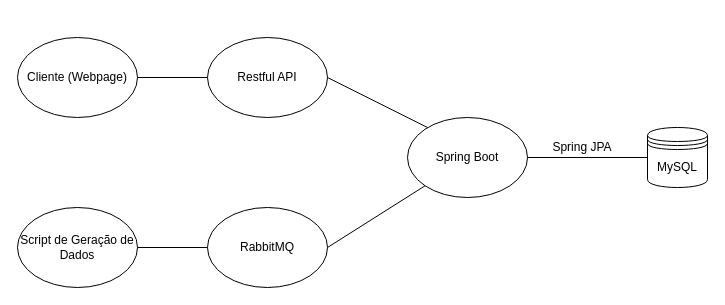
This is report/projectSpecificationReport/arquitetura.drawio from rafaelbaptista13/projeto_ies, a draw.io file, before an edit. Source tidied: cells renumbered, new cells numbered last; positions are measured from the earlier drawing's top-left corner, leaving out a move shared by most shapes. Both pictures are drawn from the tidied source at 100%, with x=0, y=0 at pixel (17, 37).
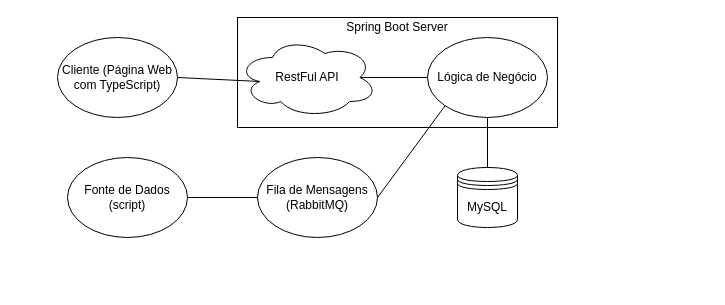
The same diagram, later.

Commit message (it also covers changes not shown here):
diagrama casos de uso, melhoria de alguns diagramas e do texto

Change to the diagram source:
```diff
@@
 <mxGraphModel>
   <root>
     <mxCell id="0" />
     <mxCell id="1" parent="0" />
+    <mxCell id="14" style="rounded=0;whiteSpace=wrap;html=1;" parent="1" vertex="1">
+      <mxGeometry x="220" y="-20" width="320" height="110" as="geometry" />
+    </mxCell>
     <mxCell id="2" value="MySQL" style="shape=datastore;whiteSpace=wrap;html=1;" parent="1" vertex="1">
-      <mxGeometry x="630" y="90" width="60" height="60" as="geometry" />
+      <mxGeometry x="440" y="130" width="60" height="60" as="geometry" />
     </mxCell>
-    <mxCell id="3" value="Spring Boot" style="ellipse;whiteSpace=wrap;html=1;" parent="1" vertex="1">
-      <mxGeometry x="390" y="80" width="120" height="80" as="geometry" />
+    <mxCell id="3" value="Lógica de Negócio" style="ellipse;whiteSpace=wrap;html=1;" parent="1" vertex="1">
+      <mxGeometry x="410" width="120" height="80" as="geometry" />
     </mxCell>
-    <mxCell id="4" value="Restful API" style="ellipse;whiteSpace=wrap;html=1;" parent="1" vertex="1">
-      <mxGeometry x="190" width="120" height="80" as="geometry" />
-    </mxCell>
-    <mxCell id="5" value="Cliente (Webpage)" style="ellipse;whiteSpace=wrap;html=1;" parent="1" vertex="1">
-      <mxGeometry width="120" height="80" as="geometry" />
+    <mxCell id="5" value="Cliente (Página Web com TypeScript)" style="ellipse;whiteSpace=wrap;html=1;" parent="1" vertex="1">
+      <mxGeometry x="40" width="120" height="80" as="geometry" />
     </mxCell>
-    <mxCell id="6" value="RabbitMQ" style="ellipse;whiteSpace=wrap;html=1;" parent="1" vertex="1">
-      <mxGeometry x="190" y="170" width="120" height="80" as="geometry" />
+    <mxCell id="6" value="Fila de Mensagens (RabbitMQ)" style="ellipse;whiteSpace=wrap;html=1;" parent="1" vertex="1">
+      <mxGeometry x="240" y="120" width="120" height="80" as="geometry" />
     </mxCell>
-    <mxCell id="7" value="Script de Geração de Dados" style="ellipse;whiteSpace=wrap;html=1;" parent="1" vertex="1">
-      <mxGeometry y="170" width="120" height="80" as="geometry" />
+    <mxCell id="7" value="Fonte de Dados (script)" style="ellipse;whiteSpace=wrap;html=1;" parent="1" vertex="1">
+      <mxGeometry x="50" y="120" width="120" height="80" as="geometry" />
     </mxCell>
-    <mxCell id="8" style="endArrow=none;html=1;exitX=1;exitY=0.5;exitDx=0;exitDy=0;entryX=0;entryY=0.5;entryDx=0;entryDy=0;" parent="1" edge="1" source="5" target="4">
+    <mxCell id="8" style="endArrow=none;html=1;exitX=1;exitY=0.5;exitDx=0;exitDy=0;entryX=0.16;entryY=0.55;entryDx=0;entryDy=0;entryPerimeter=0;" parent="1" edge="1" source="5" target="16">
       <mxGeometry relative="1" as="geometry" />
     </mxCell>
-    <mxCell id="9" style="endArrow=none;html=1;exitX=1;exitY=0.5;exitDx=0;exitDy=0;" parent="1" edge="1" source="4">
-      <mxGeometry relative="1" as="geometry">
-        <mxPoint x="410" y="90" as="targetPoint" />
-      </mxGeometry>
+    <mxCell id="9" style="endArrow=none;html=1;exitX=0.875;exitY=0.5;exitDx=0;exitDy=0;entryX=0;entryY=0.5;entryDx=0;entryDy=0;exitPerimeter=0;" parent="1" edge="1" source="16" target="3">
+      <mxGeometry relative="1" as="geometry" />
     </mxCell>
     <mxCell id="10" style="endArrow=none;html=1;exitX=1;exitY=0.5;exitDx=0;exitDy=0;entryX=0;entryY=0.5;entryDx=0;entryDy=0;" parent="1" edge="1" source="7" target="6">
       <mxGeometry relative="1" as="geometry" />
     </mxCell>
     <mxCell id="11" style="endArrow=none;html=1;exitX=1;exitY=0.5;exitDx=0;exitDy=0;entryX=0;entryY=1;entryDx=0;entryDy=0;" parent="1" edge="1" source="6" target="3">
       <mxGeometry relative="1" as="geometry" />
     </mxCell>
-    <mxCell id="12" style="endArrow=none;html=1;entryX=0;entryY=0.5;entryDx=0;entryDy=0;exitX=1;exitY=0.5;exitDx=0;exitDy=0;" parent="1" edge="1" source="3" target="2">
+    <mxCell id="12" style="endArrow=none;html=1;entryX=0.5;entryY=0;entryDx=0;entryDy=0;exitX=0.5;exitY=1;exitDx=0;exitDy=0;" parent="1" edge="1" source="3" target="2">
       <mxGeometry relative="1" as="geometry" />
     </mxCell>
-    <mxCell id="13" value="Spring JPA" style="text;html=1;strokeColor=none;fillColor=none;align=center;verticalAlign=middle;whiteSpace=wrap;rounded=0;" parent="1" vertex="1">
-      <mxGeometry x="530" y="100" width="70" height="20" as="geometry" />
-    </mxCell>
+    <mxCell id="15" value="Spring Boot Server" style="text;html=1;strokeColor=none;fillColor=none;align=center;verticalAlign=middle;whiteSpace=wrap;rounded=0;" parent="1" vertex="1">
+      <mxGeometry x="320" y="-20" width="120" height="20" as="geometry" />
+    </mxCell>
+    <mxCell id="16" value="RestFul API" style="ellipse;shape=cloud;whiteSpace=wrap;html=1;align=center;" parent="1" vertex="1">
+      <mxGeometry x="220" width="140" height="80" as="geometry" />
+    </mxCell>
   </root>
 </mxGraphModel>
```
